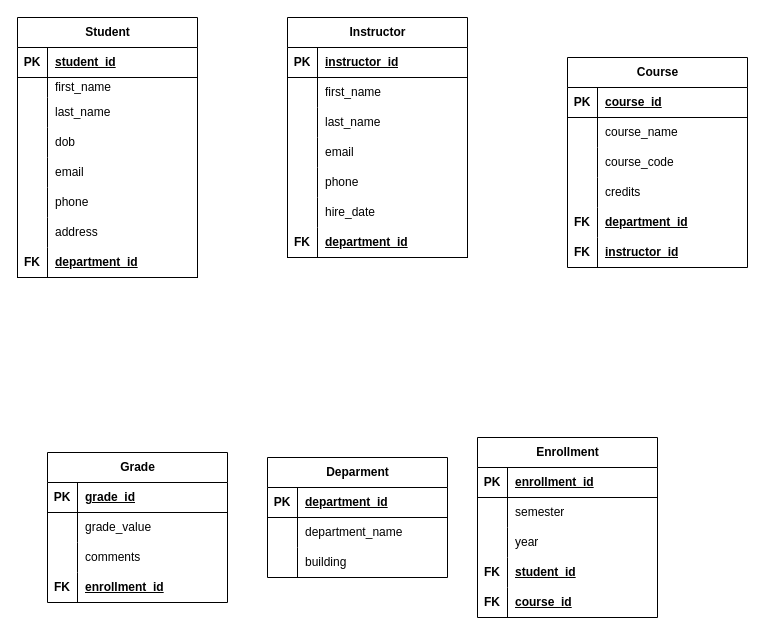
queencherryd/CS1103 keeps this draw.io diagram as ERver1.drawio. Above is the earlier version. Source tidied: cells renumbered, new cells numbered last; positions are measured from the earlier drawing's top-left corner, leaving out a move shared by most shapes. Both pictures are drawn from the tidied source at 100%, with x=0, y=0 at pixel (17, 17).
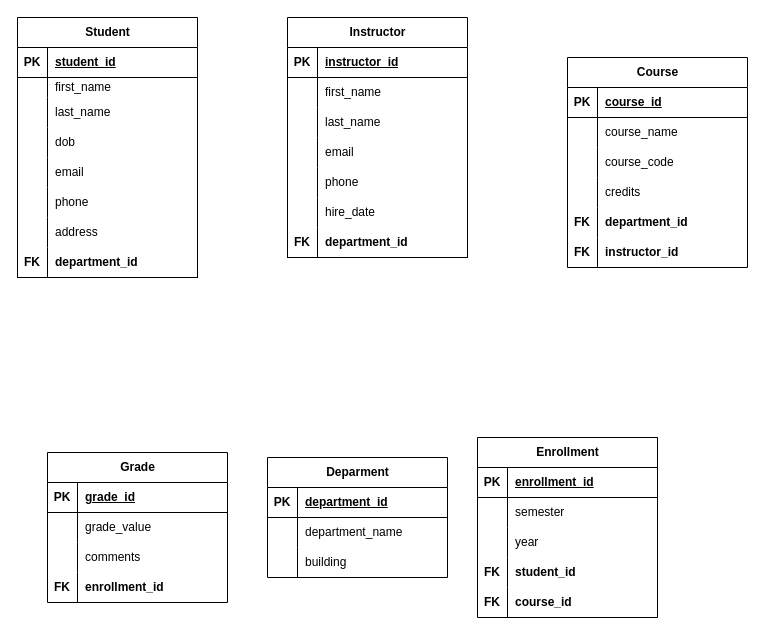
Above is the later version.

Unchanged cells that the change refers to:
```xml
<mxCell id="24" style="shape=tableRow;horizontal=0;startSize=0;swimlaneHead=0;swimlaneBody=0;fillColor=none;top=0;left=0;right=0;bottom=1;" parent="2" vertex="1">
  <mxGeometry y="230" width="180" height="30" as="geometry" />
</mxCell>
<mxCell id="46" style="shape=tableRow;horizontal=0;startSize=0;swimlaneHead=0;swimlaneBody=0;fillColor=none;top=0;left=0;right=0;bottom=1;" parent="27" vertex="1">
  <mxGeometry y="210" width="180" height="30" as="geometry" />
</mxCell>
<mxCell id="62" style="shape=tableRow;horizontal=0;startSize=0;swimlaneHead=0;swimlaneBody=0;fillColor=none;top=0;left=0;right=0;bottom=0;" parent="49" vertex="1">
  <mxGeometry y="150" width="180" height="30" as="geometry" />
</mxCell>
<mxCell id="65" style="shape=tableRow;horizontal=0;startSize=0;swimlaneHead=0;swimlaneBody=0;fillColor=none;top=0;left=0;right=0;bottom=0;" parent="49" vertex="1">
  <mxGeometry y="180" width="180" height="30" as="geometry" />
</mxCell>
<mxCell id="88" style="shape=tableRow;horizontal=0;startSize=0;swimlaneHead=0;swimlaneBody=0;fillColor=none;top=0;left=0;right=0;bottom=0;" parent="78" vertex="1">
  <mxGeometry y="120" width="180" height="30" as="geometry" />
</mxCell>
<mxCell id="91" style="shape=tableRow;horizontal=0;startSize=0;swimlaneHead=0;swimlaneBody=0;fillColor=none;top=0;left=0;right=0;bottom=0;" parent="78" vertex="1">
  <mxGeometry y="150" width="180" height="30" as="geometry" />
</mxCell>
<mxCell id="104" style="shape=tableRow;horizontal=0;startSize=0;swimlaneHead=0;swimlaneBody=0;fillColor=none;top=0;left=0;right=0;bottom=0;fontStyle=4;" parent="94" vertex="1">
  <mxGeometry y="120" width="180" height="30" as="geometry" />
</mxCell>
```

What changed in the source:
```diff
@@
-    <mxCell id="26" value="department_id" style="shape=partialRectangle;fillColor=none;top=0;left=0;bottom=0;right=0;align=left;spacingLeft=6;fontStyle=5;overflow=hidden;whiteSpace=wrap;html=1;" parent="24" vertex="1">
+    <mxCell id="26" value="department_id" style="shape=partialRectangle;fillColor=none;top=0;left=0;bottom=0;right=0;align=left;spacingLeft=6;fontStyle=1;overflow=hidden;whiteSpace=wrap;html=1;" parent="24" vertex="1">
       <mxGeometry x="30" width="150" height="30" as="geometry" />
     </mxCell>
@@
-    <mxCell id="48" value="department_id" style="shape=partialRectangle;fillColor=none;top=0;left=0;bottom=0;right=0;align=left;spacingLeft=6;fontStyle=5;overflow=hidden;whiteSpace=wrap;html=1;" parent="46" vertex="1">
+    <mxCell id="48" value="department_id" style="shape=partialRectangle;fillColor=none;top=0;left=0;bottom=0;right=0;align=left;spacingLeft=6;fontStyle=1;overflow=hidden;whiteSpace=wrap;html=1;" parent="46" vertex="1">
       <mxGeometry x="30" width="150" height="30" as="geometry" />
     </mxCell>
@@
-    <mxCell id="64" value="department_id" style="shape=partialRectangle;fillColor=none;top=0;left=0;bottom=0;right=0;align=left;spacingLeft=6;overflow=hidden;whiteSpace=wrap;html=1;fontStyle=5;" parent="62" vertex="1">
+    <mxCell id="64" value="department_id" style="shape=partialRectangle;fillColor=none;top=0;left=0;bottom=0;right=0;align=left;spacingLeft=6;overflow=hidden;whiteSpace=wrap;html=1;fontStyle=1;" parent="62" vertex="1">
       <mxGeometry x="30" width="150" height="30" as="geometry" />
     </mxCell>
@@
-    <mxCell id="67" value="instructor_id" style="shape=partialRectangle;fillColor=none;top=0;left=0;bottom=0;right=0;align=left;spacingLeft=6;overflow=hidden;whiteSpace=wrap;html=1;fontStyle=5;" parent="65" vertex="1">
+    <mxCell id="67" value="instructor_id" style="shape=partialRectangle;fillColor=none;top=0;left=0;bottom=0;right=0;align=left;spacingLeft=6;overflow=hidden;whiteSpace=wrap;html=1;fontStyle=1;" parent="65" vertex="1">
       <mxGeometry x="30" width="150" height="30" as="geometry" />
     </mxCell>
@@
-    <mxCell id="90" value="student_id" style="shape=partialRectangle;fillColor=none;top=0;left=0;bottom=0;right=0;align=left;spacingLeft=6;overflow=hidden;whiteSpace=wrap;html=1;fontStyle=5;" parent="88" vertex="1">
+    <mxCell id="90" value="student_id" style="shape=partialRectangle;fillColor=none;top=0;left=0;bottom=0;right=0;align=left;spacingLeft=6;overflow=hidden;whiteSpace=wrap;html=1;fontStyle=1;" parent="88" vertex="1">
       <mxGeometry x="30" width="150" height="30" as="geometry" />
     </mxCell>
@@
-    <mxCell id="93" value="course_id" style="shape=partialRectangle;fillColor=none;top=0;left=0;bottom=0;right=0;align=left;spacingLeft=6;overflow=hidden;whiteSpace=wrap;html=1;fontStyle=5;" parent="91" vertex="1">
+    <mxCell id="93" value="course_id" style="shape=partialRectangle;fillColor=none;top=0;left=0;bottom=0;right=0;align=left;spacingLeft=6;overflow=hidden;whiteSpace=wrap;html=1;fontStyle=1;" parent="91" vertex="1">
       <mxGeometry x="30" width="150" height="30" as="geometry" />
     </mxCell>
@@
-    <mxCell id="106" value="&lt;span&gt;&lt;u&gt;enrollment_id&lt;/u&gt;&lt;/span&gt;" style="shape=partialRectangle;fillColor=none;top=0;left=0;bottom=0;right=0;align=left;spacingLeft=6;overflow=hidden;whiteSpace=wrap;html=1;fontStyle=1;" parent="104" vertex="1">
+    <mxCell id="106" value="&lt;span&gt;&lt;span&gt;enrollment_id&lt;/span&gt;&lt;/span&gt;" style="shape=partialRectangle;fillColor=none;top=0;left=0;bottom=0;right=0;align=left;spacingLeft=6;overflow=hidden;whiteSpace=wrap;html=1;fontStyle=1;" parent="104" vertex="1">
       <mxGeometry x="30" width="150" height="30" as="geometry" />
     </mxCell>
```
